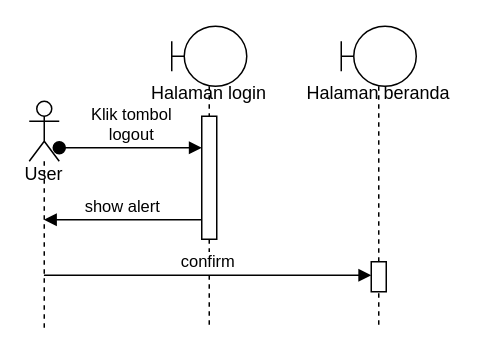
Earlier version of the draw.io diagram page "Logout" (4 of 6) of planning/sequenceDiagram.drawio (dzikfr/aplikasi-absensi-baharkam-2024). Source tidied: cells renumbered, new cells numbered last; positions are measured from the earlier drawing's top-left corner, leaving out a move shared by most shapes. Both pictures are drawn from the tidied source at 150%, with x=0, y=0 at pixel (28, 26).
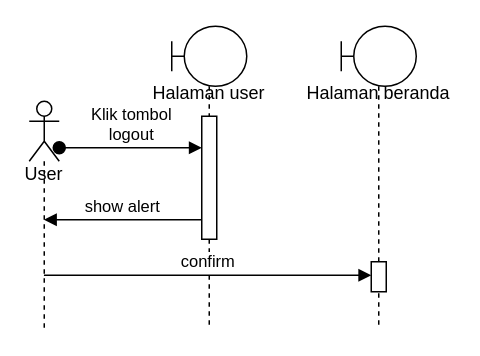
Above is the later version.

Change to the diagram source:
```diff
@@
 <mxGraphModel>
   <root>
     <mxCell id="0" />
     <mxCell id="1" parent="0" />
     <mxCell id="2" value="Klik tombol&lt;div&gt;logout&lt;/div&gt;" style="html=1;verticalAlign=bottom;startArrow=oval;endArrow=block;startSize=8;edgeStyle=elbowEdgeStyle;elbow=vertical;curved=0;rounded=0;exitX=1;exitY=0.3333333333333333;exitDx=0;exitDy=0;exitPerimeter=0;" parent="1" edge="1">
       <mxGeometry relative="1" as="geometry">
         <mxPoint x="20" y="81" as="sourcePoint" />
         <mxPoint x="115" y="81" as="targetPoint" />
       </mxGeometry>
     </mxCell>
     <mxCell id="3" value="&lt;div&gt;&lt;span style=&quot;background-color: initial;&quot;&gt;&lt;br&gt;&lt;/span&gt;&lt;/div&gt;&lt;div&gt;&lt;span style=&quot;background-color: initial;&quot;&gt;&lt;br&gt;&lt;/span&gt;&lt;/div&gt;&lt;div&gt;&lt;span style=&quot;background-color: initial;&quot;&gt;&lt;br&gt;&lt;/span&gt;&lt;/div&gt;&lt;div&gt;&lt;span style=&quot;background-color: initial;&quot;&gt;&lt;br&gt;&lt;/span&gt;&lt;/div&gt;&lt;div&gt;&lt;span style=&quot;background-color: initial;&quot;&gt;User&lt;/span&gt;&lt;/div&gt;" style="shape=umlLifeline;perimeter=lifelinePerimeter;whiteSpace=wrap;html=1;newEdgeStyle={&quot;curved&quot;:0,&quot;rounded&quot;:0};participant=umlActor;" parent="1" vertex="1">
       <mxGeometry y="50" width="20" height="152" as="geometry" />
     </mxCell>
     <mxCell id="4" style="shape=umlLifeline;perimeter=lifelinePerimeter;whiteSpace=wrap;html=1;newEdgeStyle={&quot;curved&quot;:0,&quot;rounded&quot;:0};participant=umlBoundary;" parent="1" vertex="1">
       <mxGeometry x="95" width="50" height="202" as="geometry" />
     </mxCell>
     <mxCell id="5" style="html=1;perimeter=orthogonalPerimeter;targetShapes=umlLifeline;newEdgeStyle={&quot;edgeStyle&quot;:&quot;elbowEdgeStyle&quot;,&quot;elbow&quot;:&quot;vertical&quot;,&quot;curved&quot;:0,&quot;rounded&quot;:0};" parent="1" vertex="1">
       <mxGeometry x="115" y="60" width="10" height="82" as="geometry" />
     </mxCell>
     <mxCell id="6" value="show alert" style="html=1;verticalAlign=bottom;endArrow=block;edgeStyle=elbowEdgeStyle;elbow=vertical;curved=0;rounded=0;" parent="1" edge="1">
       <mxGeometry relative="1" as="geometry">
         <mxPoint x="115" y="129" as="sourcePoint" />
         <mxPoint x="9.8" y="129" as="targetPoint" />
         <Array as="points">
           <mxPoint x="42" y="129" />
         </Array>
       </mxGeometry>
     </mxCell>
     <mxCell id="7" style="shape=umlLifeline;perimeter=lifelinePerimeter;whiteSpace=wrap;html=1;newEdgeStyle={&quot;curved&quot;:0,&quot;rounded&quot;:0};participant=umlBoundary;" parent="1" vertex="1">
       <mxGeometry x="208" width="50" height="202" as="geometry" />
     </mxCell>
     <mxCell id="8" style="html=1;perimeter=orthogonalPerimeter;targetShapes=umlLifeline;newEdgeStyle={&quot;edgeStyle&quot;:&quot;elbowEdgeStyle&quot;,&quot;elbow&quot;:&quot;vertical&quot;,&quot;curved&quot;:0,&quot;rounded&quot;:0};" parent="1" vertex="1">
       <mxGeometry x="228" y="157" width="10" height="20" as="geometry" />
     </mxCell>
     <mxCell id="9" value="Halaman beranda" style="text;html=1;align=center;verticalAlign=middle;whiteSpace=wrap;rounded=0;" parent="1" vertex="1">
       <mxGeometry x="183" y="30" width="100" height="30" as="geometry" />
     </mxCell>
     <mxCell id="10" value="confirm" style="html=1;verticalAlign=bottom;endArrow=block;edgeStyle=elbowEdgeStyle;elbow=vertical;curved=0;rounded=0;" parent="1" edge="1">
       <mxGeometry relative="1" as="geometry">
         <mxPoint x="9.8" y="166" as="sourcePoint" />
         <mxPoint x="228" y="166" as="targetPoint" />
         <Array as="points">
           <mxPoint x="125" y="166" />
         </Array>
       </mxGeometry>
     </mxCell>
-    <mxCell id="11" value="Halaman login" style="text;html=1;align=center;verticalAlign=middle;whiteSpace=wrap;rounded=0;" parent="1" vertex="1">
+    <mxCell id="11" value="Halaman user" style="text;html=1;align=center;verticalAlign=middle;whiteSpace=wrap;rounded=0;" parent="1" vertex="1">
       <mxGeometry x="75" y="30" width="90" height="30" as="geometry" />
     </mxCell>
   </root>
 </mxGraphModel>
```
